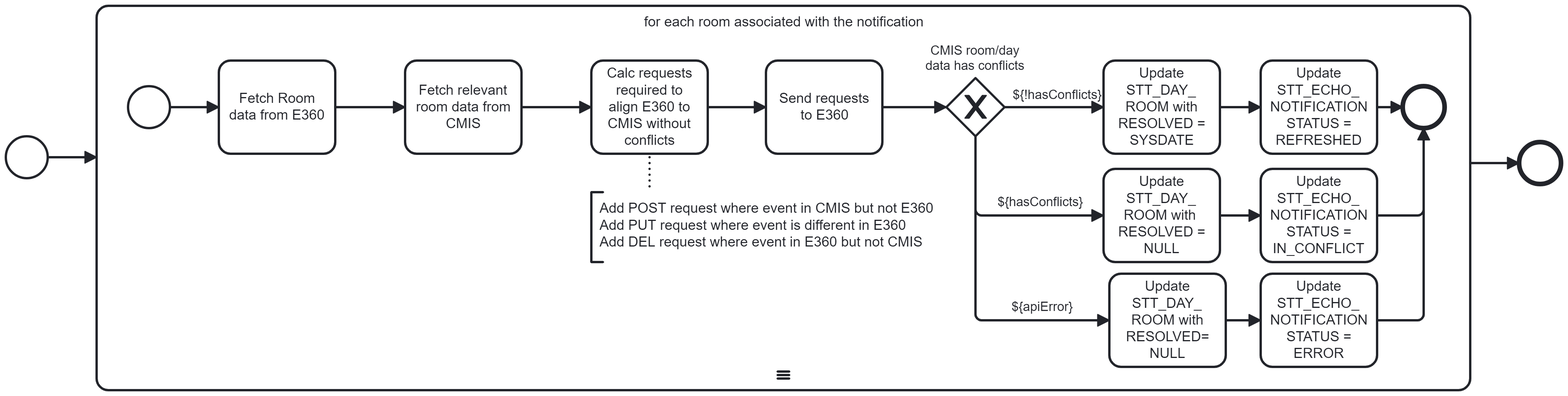
Earlier version of the BPMN export img/refresh-room-day.png (ororker/cmis-e360). Its source is kept beside it as refresh-room-day.bpmn. Ids are renumbered.
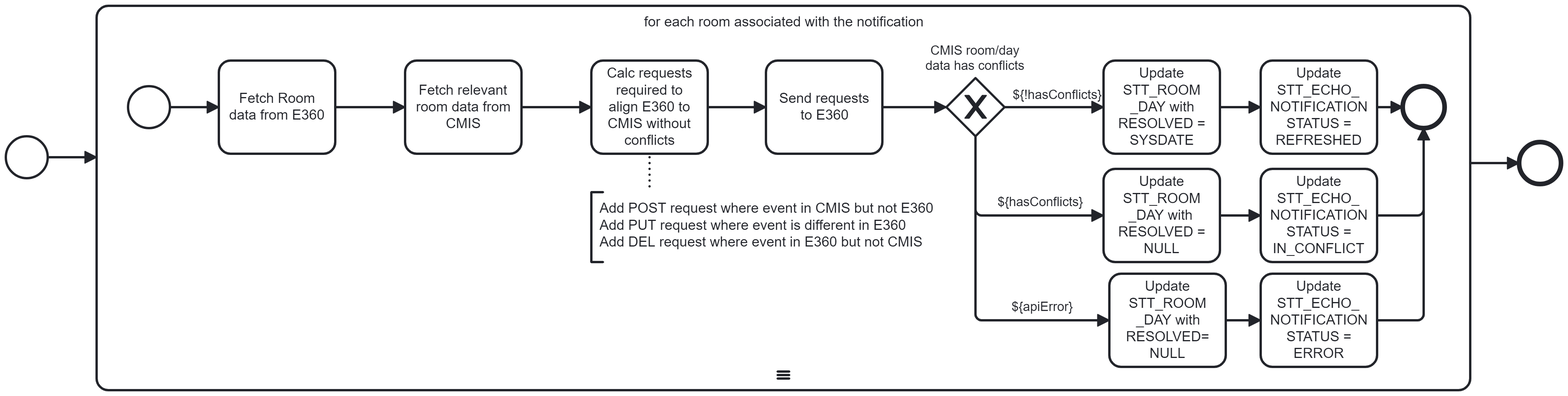
The same diagram one commit later.

Commit message:
update room day table name

The edit, as a diff of the source:
```diff
@@ -56,18 +56,6 @@
         <bpmn:incoming>Flow_n16</bpmn:incoming>
         <bpmn:outgoing>Flow_n17</bpmn:outgoing>
       </bpmn:task>
-      <bpmn:task id="Activity_n13" name="Update STT_DAY_ ROOM with RESOLVED = NULL">
-        <bpmn:incoming>Flow_n12</bpmn:incoming>
-        <bpmn:outgoing>Flow_n32</bpmn:outgoing>
-      </bpmn:task>
-      <bpmn:task id="Activity_n9" name="Update STT_DAY_ ROOM with RESOLVED = SYSDATE">
-        <bpmn:incoming>Flow_n7</bpmn:incoming>
-        <bpmn:outgoing>Flow_n33</bpmn:outgoing>
-      </bpmn:task>
-      <bpmn:task id="Activity_n11" name="Update STT_DAY_ ROOM with RESOLVED= NULL">
-        <bpmn:incoming>Flow_n10</bpmn:incoming>
-        <bpmn:outgoing>Flow_n29</bpmn:outgoing>
-      </bpmn:task>
       <bpmn:task id="Activity_n30" name="Update STT_ECHO_ NOTIFICATION STATUS = ERROR">
         <bpmn:incoming>Flow_n29</bpmn:incoming>
         <bpmn:outgoing>Flow_n23</bpmn:outgoing>
@@ -79,6 +67,18 @@
       <bpmn:task id="Activity_n31" name="Update STT_ECHO_ NOTIFICATION STATUS = REFRESHED">
         <bpmn:incoming>Flow_n33</bpmn:incoming>
         <bpmn:outgoing>Flow_n22</bpmn:outgoing>
+      </bpmn:task>
+      <bpmn:task id="Activity_n13" name="Update STT_ROOM _DAY with RESOLVED = NULL">
+        <bpmn:incoming>Flow_n12</bpmn:incoming>
+        <bpmn:outgoing>Flow_n32</bpmn:outgoing>
+      </bpmn:task>
+      <bpmn:task id="Activity_n9" name="Update STT_ROOM _DAY with RESOLVED = SYSDATE">
+        <bpmn:incoming>Flow_n7</bpmn:incoming>
+        <bpmn:outgoing>Flow_n33</bpmn:outgoing>
+      </bpmn:task>
+      <bpmn:task id="Activity_n11" name="Update STT_ROOM _DAY with RESOLVED= NULL">
+        <bpmn:incoming>Flow_n10</bpmn:incoming>
+        <bpmn:outgoing>Flow_n29</bpmn:outgoing>
       </bpmn:task>
     </bpmn:subProcess>
     <bpmn:textAnnotation id="TextAnnotation_n34">
```
